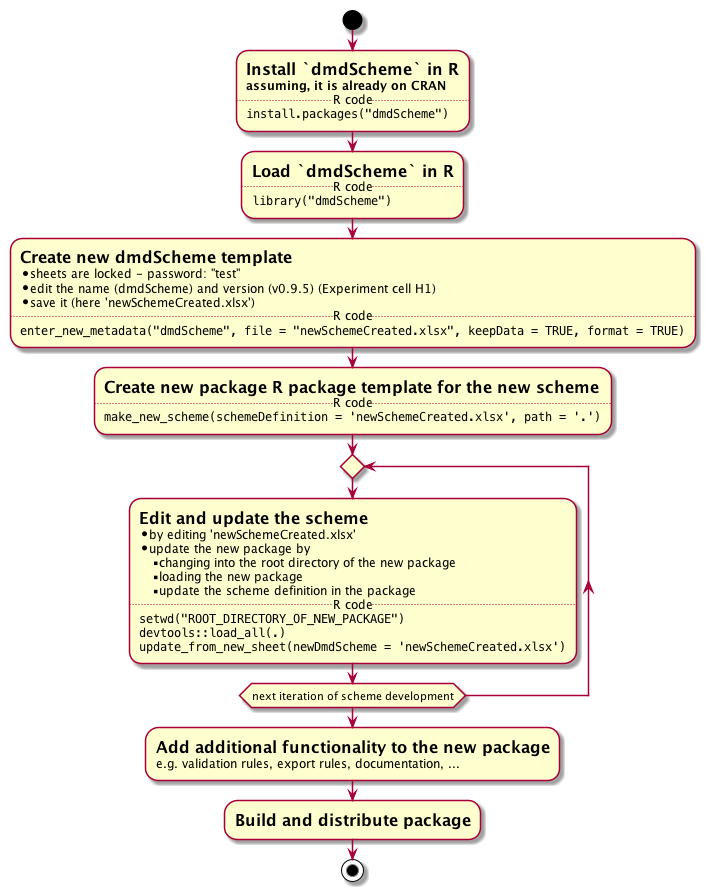
Earlier version of the PlantUML export docs/fig/workflow_newScheme.png (rkrug/LiveDemoDmdScheme). The source it was exported from:
```plantuml
@startuml

start
:= Install `dmdScheme` in R
**assuming, it is already on CRAN**
..R code..
""install.packages("dmdScheme")"";
:= Load `dmdScheme` in R
..R code..
""library("dmdScheme")"";
:= Create new dmdScheme template
* sheets are locked - password: "test"
* edit the name (dmdScheme) and version (v0.9.5) (Experiment cell H1)
* save it (here 'newSchemeCreated.xlsx')
..R code..
""enter_new_metadata("dmdScheme", file = "newSchemeCreated.xlsx", keepData = TRUE, format = TRUE)"";
:= Create new package R package template for the new scheme
..R code..
""make_new_scheme(schemeDefinition = 'newSchemeCreated.xlsx', path = '.')"";
repeat
  := Edit and update the scheme
  * by editing 'newSchemeCreated.xlsx'
  * update the new package by
  ** changing into the root directory of the new package
  ** loading the new package
  ** update the scheme definition in the package
  ..R code..
  ""setwd("ROOT_DIRECTORY_OF_NEW_PACKAGE")""
  ""devtools::load_all(.)""
  ""update_from_new_sheet(newDmdScheme = 'newSchemeCreated.xlsx')"";
repeat while (next iteration of scheme development)
:= Add additional functionality to the new package
e.g. validation rules, export rules, documentation, ...;
:= Build and distribute package;
stop

@enduml
```
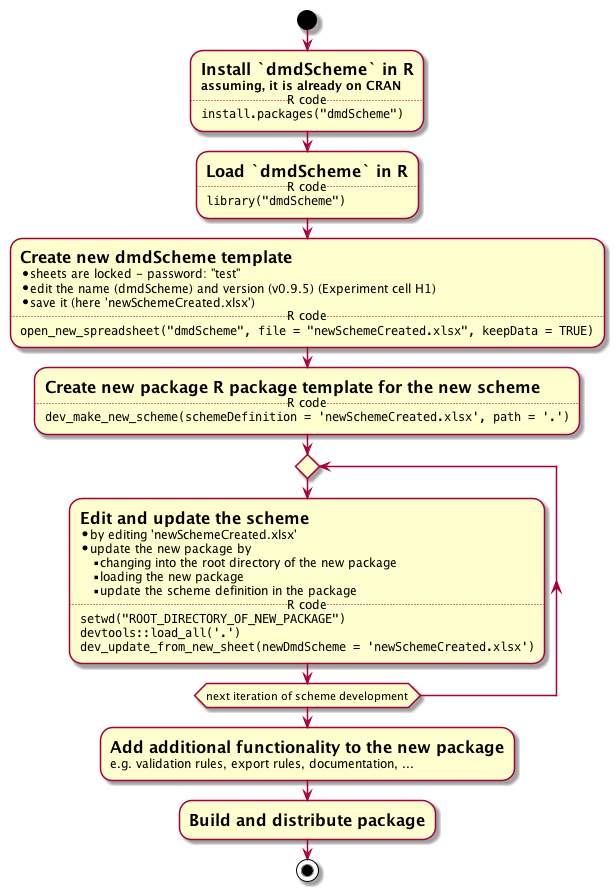
After the commit.

Diff of the diagram source:
```diff
@@ -13,10 +13,10 @@
 * edit the name (dmdScheme) and version (v0.9.5) (Experiment cell H1)
 * save it (here 'newSchemeCreated.xlsx')
 ..R code..
-""enter_new_metadata("dmdScheme", file = "newSchemeCreated.xlsx", keepData = TRUE, format = TRUE)"";
+""open_new_spreadsheet("dmdScheme", file = "newSchemeCreated.xlsx", keepData = TRUE)"";
 := Create new package R package template for the new scheme
 ..R code..
-""make_new_scheme(schemeDefinition = 'newSchemeCreated.xlsx', path = '.')"";
+""dev_make_new_scheme(schemeDefinition = 'newSchemeCreated.xlsx', path = '.')"";
 repeat
   := Edit and update the scheme
   * by editing 'newSchemeCreated.xlsx'
@@ -26,8 +26,8 @@
   ** update the scheme definition in the package
   ..R code..
   ""setwd("ROOT_DIRECTORY_OF_NEW_PACKAGE")""
-  ""devtools::load_all(.)""
-  ""update_from_new_sheet(newDmdScheme = 'newSchemeCreated.xlsx')"";
+  ""devtools::load_all('.')""
+  ""dev_update_from_new_sheet(newDmdScheme = 'newSchemeCreated.xlsx')"";
 repeat while (next iteration of scheme development)
 := Add additional functionality to the new package
 e.g. validation rules, export rules, documentation, ...;
```
